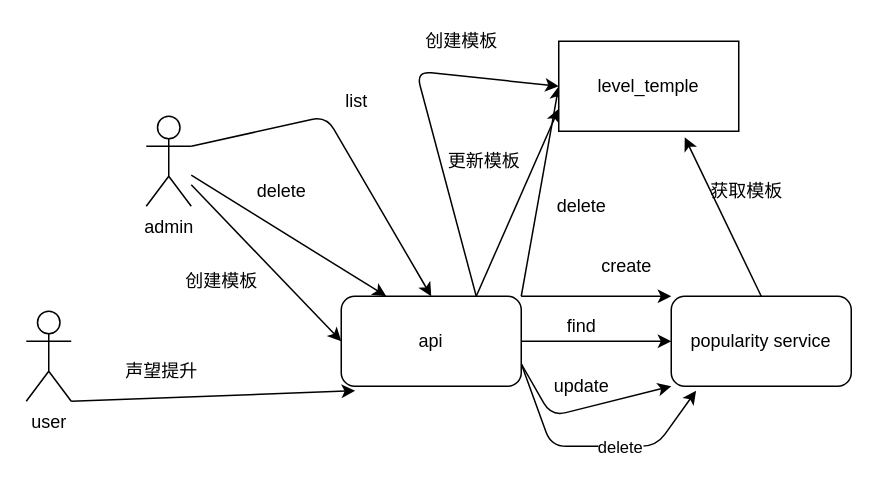
zuiyu1998/next keeps this draw.io diagram as rfcs/drawios/popularity.drawio. Above is the earlier version. Source tidied: cells renumbered, new cells numbered last; positions are measured from the earlier drawing's top-left corner, leaving out a move shared by most shapes. Both pictures are drawn from the tidied source at 150%, with x=0, y=0 at pixel (26, 26).
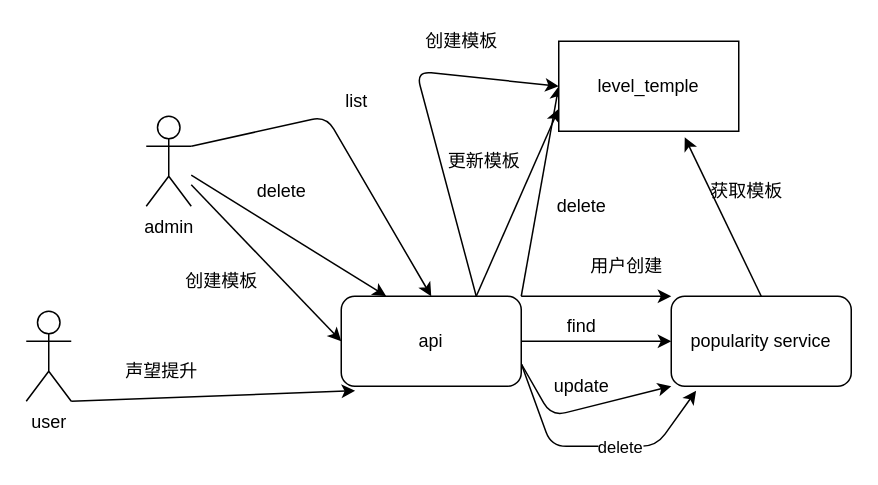
After the change.

Diff of the diagram source:
```diff
@@
-    <mxCell id="21" value="create" style="text;html=1;align=center;verticalAlign=middle;strokeColor=none;fillColor=none;" parent="1" vertex="1">
-      <mxGeometry x="375" y="150" width="50" height="20" as="geometry" />
+    <mxCell id="21" value="用户创建" style="text;html=1;align=center;verticalAlign=middle;strokeColor=none;fillColor=none;" parent="1" vertex="1">
+      <mxGeometry x="370" y="150" width="60" height="20" as="geometry" />
     </mxCell>
```
